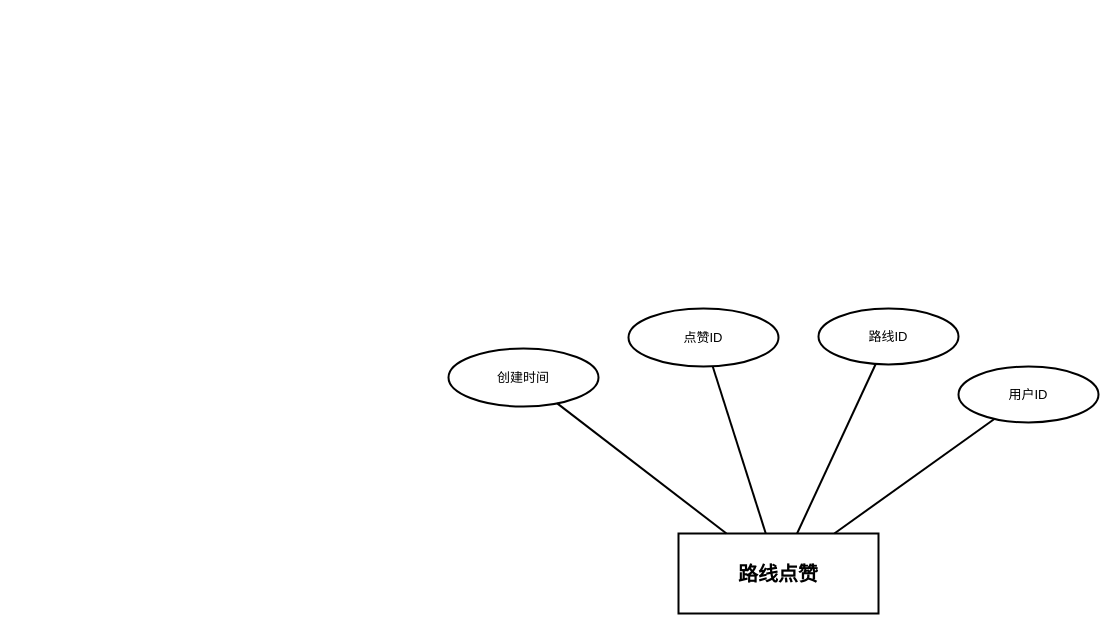
612cs/TrailQuest keeps this draw.io diagram as DOCS/thesis/figures/entity-diagrams/trail_likes/trail_likes_entity.drawio. Above is the earlier version. Source tidied: cells renumbered, new cells numbered last; positions are measured from the earlier drawing's top-left corner, leaving out a move shared by most shapes. Both pictures are drawn from the tidied source at 100%, with x=0, y=0 at pixel (448, 308).
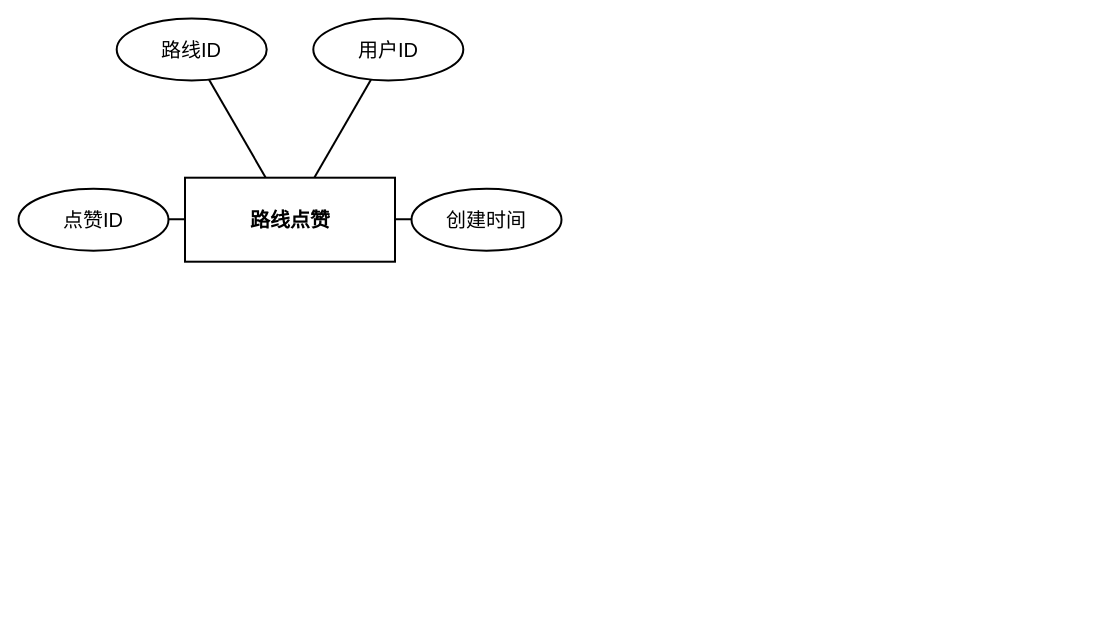
Above is the later version.

Change to the diagram source:
```diff
@@
 <mxGraphModel>
   <root>
     <mxCell id="0" />
     <mxCell id="1" parent="0" />
-    <mxCell id="2" value="路线点赞" style="rounded=0;whiteSpace=wrap;html=1;fillColor=#ffffff;strokeColor=#000000;fontColor=#000000;fontFamily=Arial;fontSize=20;fontStyle=1;align=center;verticalAlign=middle;strokeWidth=2;" parent="1" vertex="1">
-      <mxGeometry x="230" y="225" width="200" height="80" as="geometry" />
+    <mxCell id="2" value="路线点赞" style="rounded=0;whiteSpace=wrap;html=1;fillColor=none;strokeColor=#000000;fontColor=#000000;fontFamily=Arial;fontSize=20;fontStyle=1;align=center;verticalAlign=middle;strokeWidth=2;gradientColor=none;shadow=0;glass=0;" parent="1" vertex="1">
+      <mxGeometry x="-263.5" y="-130.8" width="210" height="84" as="geometry" />
     </mxCell>
-    <mxCell id="3" value="点赞ID" style="ellipse;whiteSpace=wrap;html=1;fillColor=#ffffff;strokeColor=#000000;fontColor=#000000;fontFamily=Arial;fontSize=13;align=center;verticalAlign=middle;strokeWidth=2;" parent="1" vertex="1">
-      <mxGeometry x="180" width="150" height="58" as="geometry" />
+    <mxCell id="3" value="点赞ID" style="ellipse;whiteSpace=wrap;html=1;fillColor=none;strokeColor=#000000;fontColor=#000000;fontFamily=Arial;fontSize=20;align=center;verticalAlign=middle;strokeWidth=2;gradientColor=none;shadow=0;glass=0;" parent="1" vertex="1">
+      <mxGeometry x="-430" y="-119.8" width="150" height="62" as="geometry" />
     </mxCell>
-    <mxCell id="4" value="路线ID" style="ellipse;whiteSpace=wrap;html=1;fillColor=#ffffff;strokeColor=#000000;fontColor=#000000;fontFamily=Arial;fontSize=13;align=center;verticalAlign=middle;strokeWidth=2;" parent="1" vertex="1">
-      <mxGeometry x="370" width="140" height="56" as="geometry" />
+    <mxCell id="4" value="路线ID" style="ellipse;whiteSpace=wrap;html=1;fillColor=none;strokeColor=#000000;fontColor=#000000;fontFamily=Arial;fontSize=20;align=center;verticalAlign=middle;strokeWidth=2;gradientColor=none;shadow=0;glass=0;" parent="1" vertex="1">
+      <mxGeometry x="-331.8" y="-290" width="150" height="62" as="geometry" />
     </mxCell>
-    <mxCell id="5" value="用户ID" style="ellipse;whiteSpace=wrap;html=1;fillColor=#ffffff;strokeColor=#000000;fontColor=#000000;fontFamily=Arial;fontSize=13;align=center;verticalAlign=middle;strokeWidth=2;" parent="1" vertex="1">
-      <mxGeometry x="510" y="58" width="140" height="56" as="geometry" />
+    <mxCell id="5" value="用户ID" style="ellipse;whiteSpace=wrap;html=1;fillColor=none;strokeColor=#000000;fontColor=#000000;fontFamily=Arial;fontSize=20;align=center;verticalAlign=middle;strokeWidth=2;gradientColor=none;shadow=0;glass=0;" parent="1" vertex="1">
+      <mxGeometry x="-135.2" y="-290" width="150" height="62" as="geometry" />
     </mxCell>
-    <mxCell id="6" value="创建时间" style="ellipse;whiteSpace=wrap;html=1;fillColor=#ffffff;strokeColor=#000000;fontColor=#000000;fontFamily=Arial;fontSize=13;align=center;verticalAlign=middle;strokeWidth=2;" parent="1" vertex="1">
-      <mxGeometry y="40" width="150" height="58" as="geometry" />
+    <mxCell id="6" value="创建时间" style="ellipse;whiteSpace=wrap;html=1;fillColor=none;strokeColor=#000000;fontColor=#000000;fontFamily=Arial;fontSize=20;align=center;verticalAlign=middle;strokeWidth=2;gradientColor=none;shadow=0;glass=0;" parent="1" vertex="1">
+      <mxGeometry x="-37" y="-119.8" width="150" height="62" as="geometry" />
     </mxCell>
     <mxCell id="7" style="endArrow=none;html=1;rounded=0;strokeColor=#000000;strokeWidth=2;" parent="1" edge="1" source="2" target="3">
       <mxGeometry relative="1" as="geometry" />
     </mxCell>
     <mxCell id="8" style="endArrow=none;html=1;rounded=0;strokeColor=#000000;strokeWidth=2;" parent="1" edge="1" source="2" target="4">
       <mxGeometry relative="1" as="geometry" />
     </mxCell>
     <mxCell id="9" style="endArrow=none;html=1;rounded=0;strokeColor=#000000;strokeWidth=2;" parent="1" edge="1" source="2" target="5">
       <mxGeometry relative="1" as="geometry" />
     </mxCell>
     <mxCell id="10" style="endArrow=none;html=1;rounded=0;strokeColor=#000000;strokeWidth=2;" parent="1" edge="1" source="2" target="6">
       <mxGeometry relative="1" as="geometry" />
     </mxCell>
   </root>
 </mxGraphModel>
```
